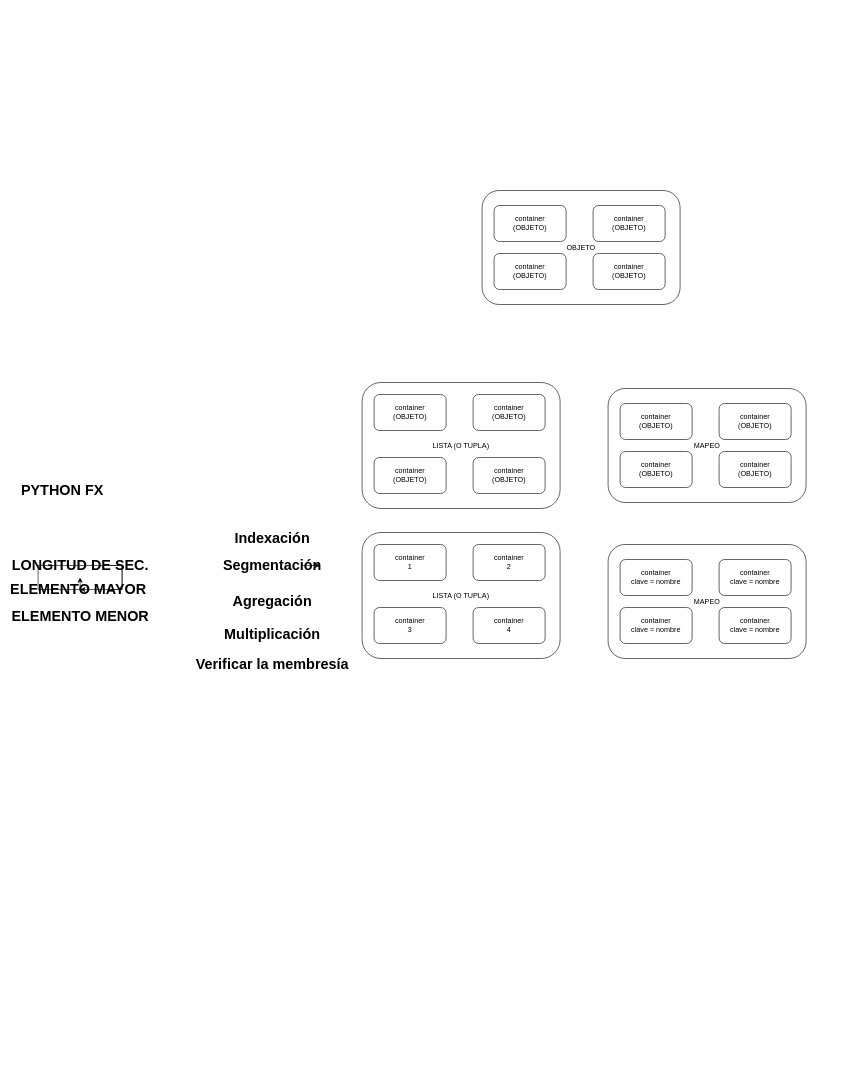
Above: day1/SECUENCIAS.drawio in Innoktiv/28-dias-28proyectos (draw.io), before the change. Source tidied: cells renumbered, new cells numbered last; positions are measured from the earlier drawing's top-left corner, leaving out a move shared by most shapes. Both pictures are drawn from the tidied source at 60%, with x=0, y=0 at pixel (32, 190).
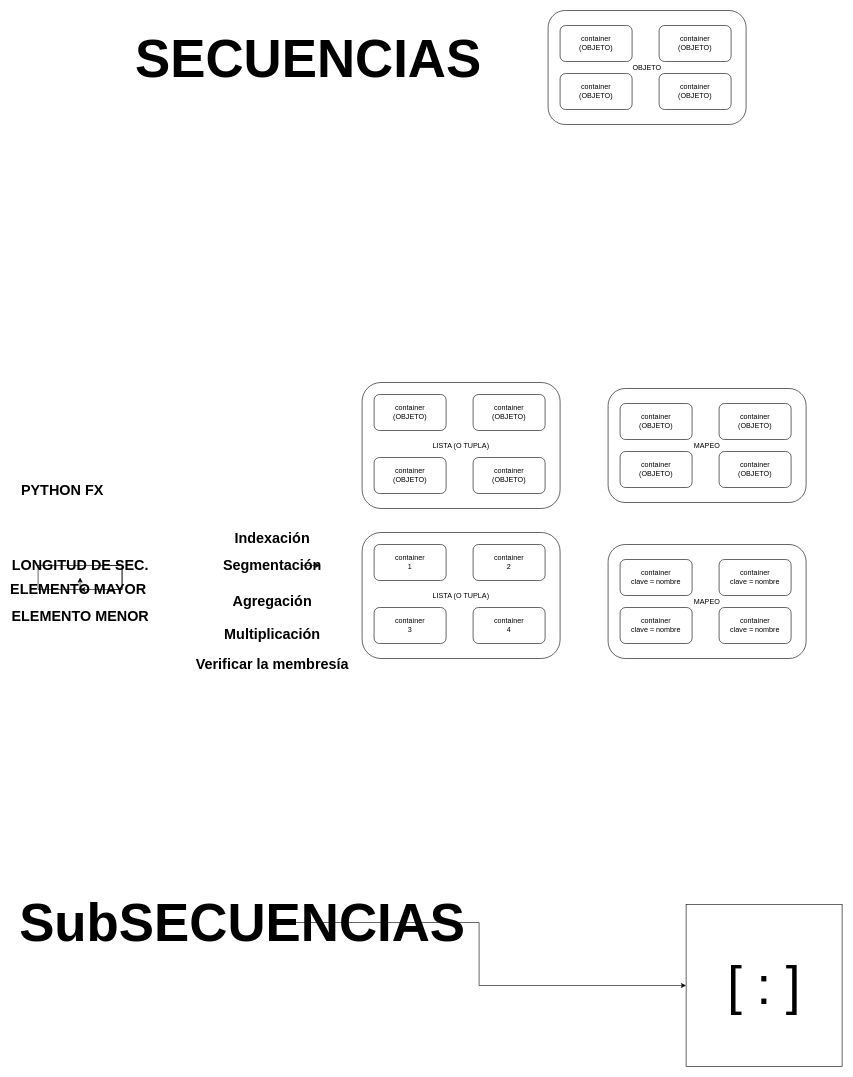
The same page after the edit.

Change to the diagram source:
```diff
@@
     <mxCell id="2" value="OBJETO" style="rounded=1;whiteSpace=wrap;html=1;" parent="1" vertex="1">
-      <mxGeometry x="750" width="330" height="190" as="geometry" />
+      <mxGeometry x="860" y="-300" width="330" height="190" as="geometry" />
     </mxCell>
     <mxCell id="3" value="container&lt;br&gt;(OBJETO)" style="rounded=1;whiteSpace=wrap;html=1;" parent="1" vertex="1">
-      <mxGeometry x="935" y="25" width="120" height="60" as="geometry" />
+      <mxGeometry x="1045" y="-275" width="120" height="60" as="geometry" />
     </mxCell>
     <mxCell id="4" value="container&lt;br&gt;(OBJETO)" style="rounded=1;whiteSpace=wrap;html=1;" parent="1" vertex="1">
-      <mxGeometry x="935" y="105" width="120" height="60" as="geometry" />
+      <mxGeometry x="1045" y="-195" width="120" height="60" as="geometry" />
     </mxCell>
     <mxCell id="5" value="container&lt;br&gt;(OBJETO)" style="rounded=1;whiteSpace=wrap;html=1;" parent="1" vertex="1">
-      <mxGeometry x="770" y="25" width="120" height="60" as="geometry" />
+      <mxGeometry x="880" y="-275" width="120" height="60" as="geometry" />
     </mxCell>
     <mxCell id="6" value="container&lt;br&gt;(OBJETO)" style="rounded=1;whiteSpace=wrap;html=1;" parent="1" vertex="1">
-      <mxGeometry x="770" y="105" width="120" height="60" as="geometry" />
+      <mxGeometry x="880" y="-195" width="120" height="60" as="geometry" />
     </mxCell>
@@
+    <mxCell id="39" value="&lt;font style=&quot;font-size: 88px;&quot;&gt;SECUENCIAS&lt;/font&gt;" style="text;strokeColor=none;fillColor=none;html=1;fontSize=24;fontStyle=1;verticalAlign=middle;align=center;" parent="1" vertex="1">
+      <mxGeometry x="410" y="-240" width="100" height="40" as="geometry" />
+    </mxCell>
+    <mxCell id="40" style="edgeStyle=orthogonalEdgeStyle;rounded=0;jettySize=auto;html=1;" parent="1" edge="1" source="41" target="42">
+      <mxGeometry relative="1" as="geometry" />
+    </mxCell>
+    <mxCell id="41" value="&lt;font style=&quot;font-size: 88px;&quot;&gt;SubSECUENCIAS&lt;/font&gt;" style="text;strokeColor=none;fillColor=none;html=1;fontSize=24;fontStyle=1;verticalAlign=middle;align=center;" parent="1" vertex="1">
+      <mxGeometry x="300" y="1200" width="100" height="40" as="geometry" />
+    </mxCell>
+    <mxCell id="42" value="&lt;span style=&quot;font-size: 88px;&quot;&gt;[ : ]&lt;/span&gt;" style="whiteSpace=wrap;html=1;" parent="1" vertex="1">
+      <mxGeometry x="1090" y="1190" width="260" height="270" as="geometry" />
+    </mxCell>
```
